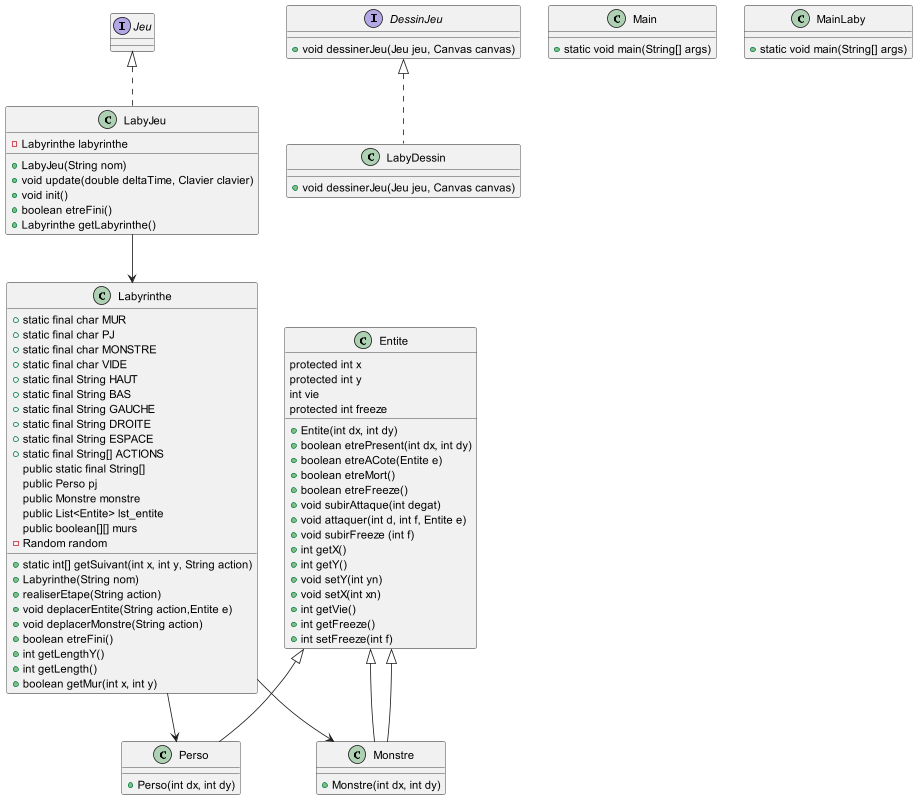
Above: documents/version_3/DiagrammeClasseV3.0.png in Maev975/Jeu_Zeldiablo (PlantUML), before the change.
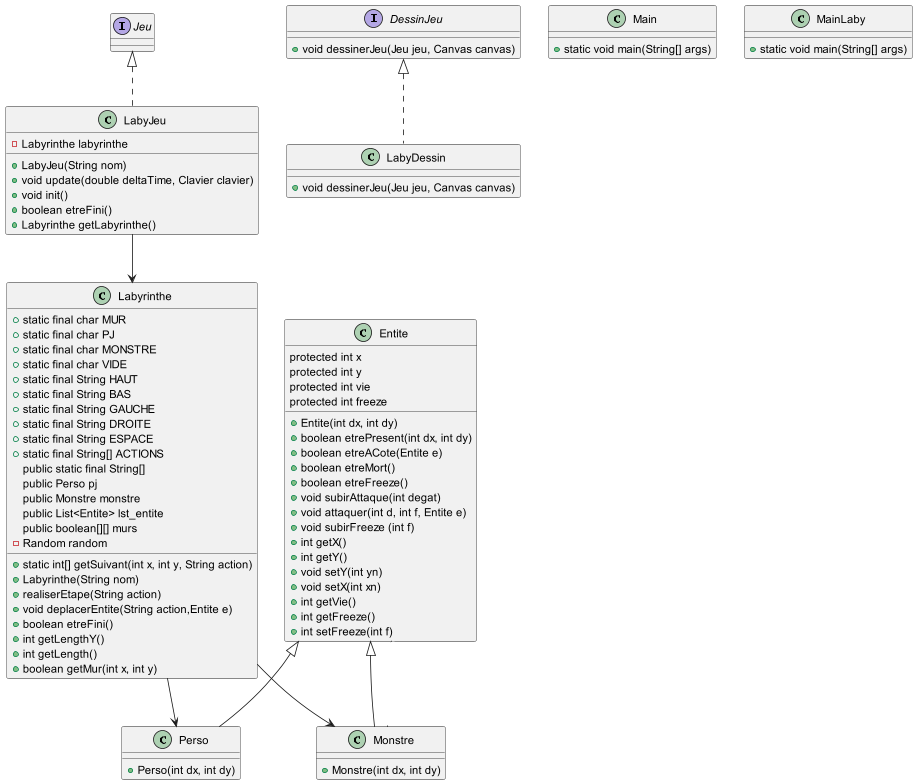
After the change.

Commit message:
modification diagrammeClasseV3.0

What changed in the source:
```diff
@@ -3,7 +3,7 @@
 class Entite {
     protected int x
     protected int y
-    int vie
+    protected int vie
     protected int freeze
     + Entite(int dx, int dy)
     + boolean etrePresent(int dx, int dy)
@@ -60,7 +60,6 @@
     + Labyrinthe(String nom)
     + realiserEtape(String action)
     + void deplacerEntite(String action,Entite e)
-    + void deplacerMonstre(String action)
     + boolean etreFini()
     + int getLengthY()
     + int getLength()
```
